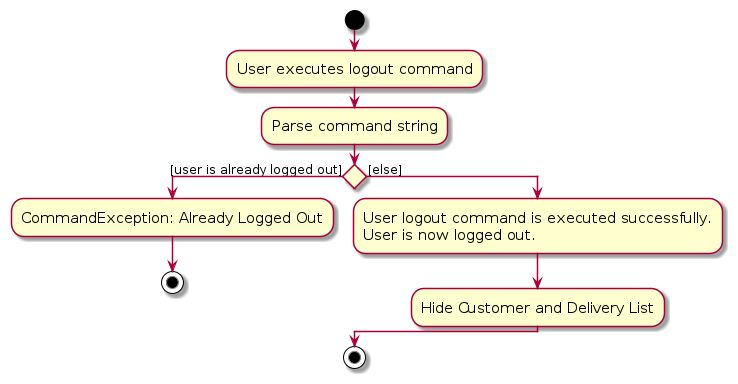
zhonghan721/tp keeps this PlantUML diagram as diagrams/UserLogoutActivityDiagram.png. Above is the earlier version. Its source is kept beside it as diagrams/UserLogoutActivityDiagram.puml. The source it was exported from:
```plantuml
@startuml
skin rose
skinparam ActivityFontSize 15
skinparam ArrowFontSize 12
!pragma useVerticalIf on
start
:User executes logout command;
:Parse command string;

if () then ([user is already logged out])
    :CommandException: Already Logged Out;
    stop
else ([else])
    :User logout command is executed successfully.
    User is now logged out.;
    :Hide Customer and Delivery List;
endif

stop
@enduml
```
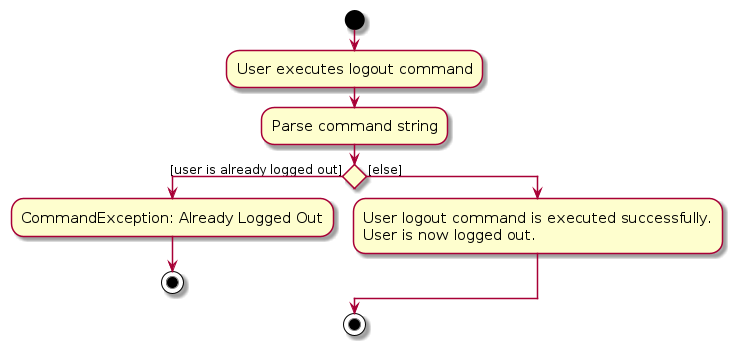
After the change.

Diff of the diagram source:
```diff
@@ -13,7 +13,6 @@
 else ([else])
     :User logout command is executed successfully.
     User is now logged out.;
-    :Hide Customer and Delivery List;
 endif
 
 stop
```
